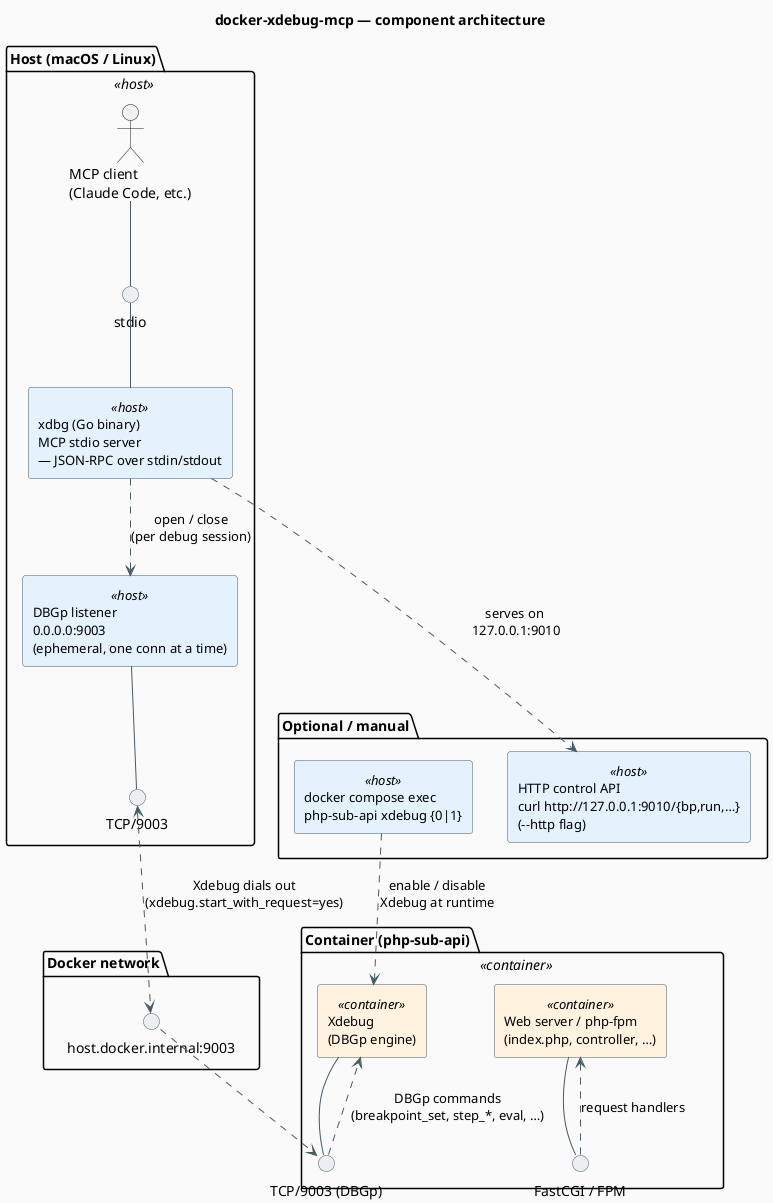
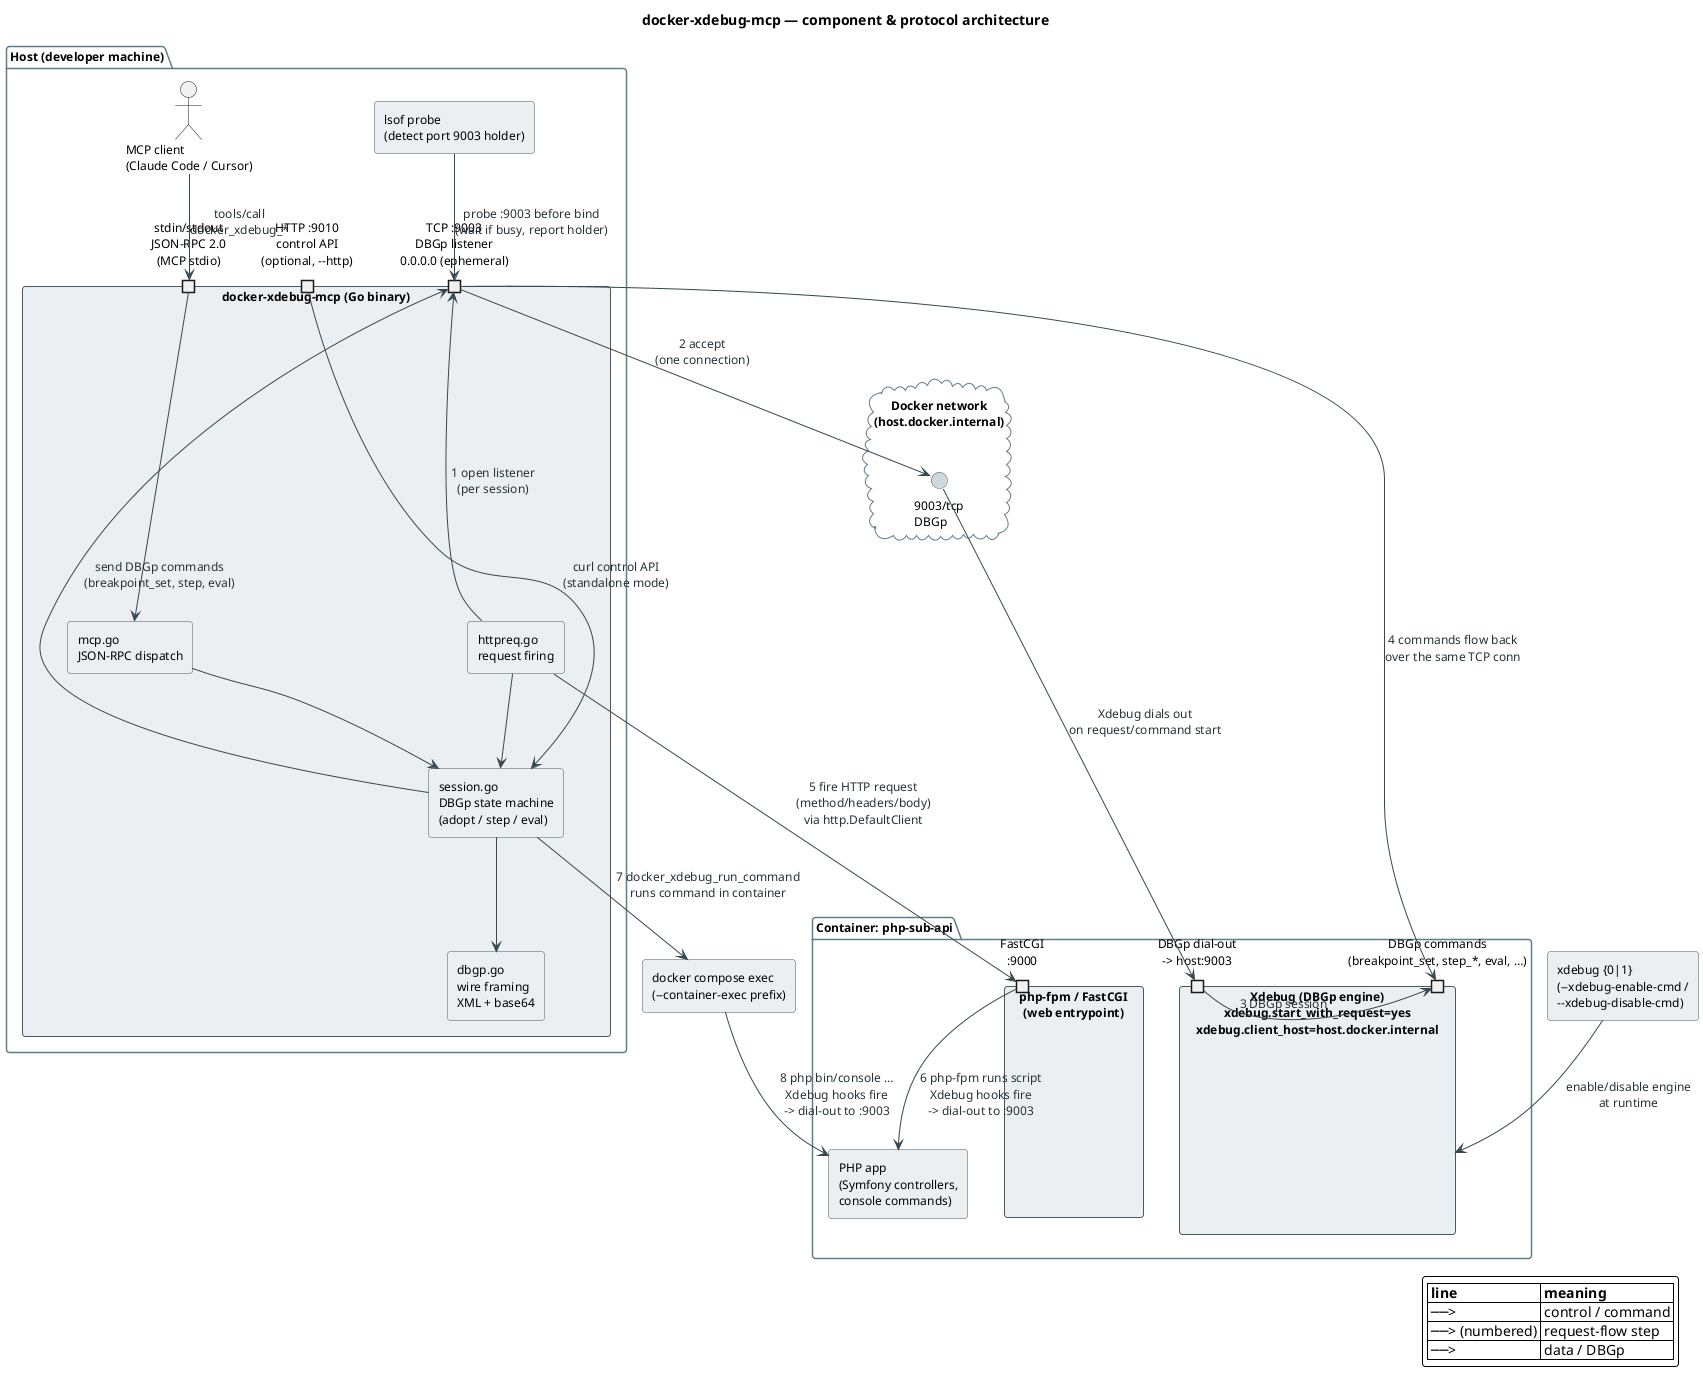
@startuml docker-xdebug-mcp-architecture

- skinparam backgroundColor #FAFAFA
- skinparam componentStyle rectangle
- skinparam component {
-   BackgroundColor<<host>>       #E3F2FD
-   BackgroundColor<<container>>  #FFF3E0
-   BackgroundColor<<mcp>>        #F3E5F5
-   BorderColor                   #455A64
-   FontSize                      13
+ ' ---- technical component diagram with ports, protocols, numbered flow ----
+ 
+ skinparam backgroundColor #FFFFFF
+ skinparam shadowing false
+ skinparam defaultFontName "Helvetica"
+ skinparam defaultFontSize 12
+ skinparam roundCorner 6
+ skinparam ArrowColor #37474F
+ skinparam ArrowFontColor #263238
+ skinparam package {
+   BorderColor #607D8B
+   FontStyle bold
+ }
+ skinparam rectangle {
+   BackgroundColor #ECEFF1
+   BorderColor #455A64
+ }
+ skinparam database {
+   BackgroundColor #ECEFF1
+   BorderColor #455A64
}
skinparam interface {
-   BackgroundColor               #ECEFF1
-   BorderColor                   #455A64
+   BackgroundColor #CFD8DC
+   BorderColor #455A64
}
- skinparam ArrowColor #455A64
- skinparam defaultFontName "Helvetica"
- 
- title docker-xdebug-mcp — component architecture
- 
- ' ===================== HOST =====================
- 
- package "Host (macOS / Linux)" <<host>> {
-   actor "MCP client\n(Claude Code, etc.)" as client
- 
-   component "xdbg (Go binary)\nMCP stdio server\n— JSON-RPC over stdin/stdout" as xdbg <<host>>
- 
-   component "DBGp listener\n0.0.0.0:9003\n(ephemeral, one conn at a time)" as listener <<host>>
- 
-   interface "stdio"   as stdio
-   interface "TCP/9003" as tcp
- 
-   client   -- stdio
-   stdio    -- xdbg
-   xdbg     ..> listener  : open / close\n(per debug session)
-   listener -- tcp
+ skinparam port {
+   BackgroundColor #CFD8DC
+   BorderColor #455A64
}

- ' ===================== NETWORK =====================
+ title docker-xdebug-mcp — component & protocol architecture

- package "Docker network" {
-   interface "host.docker.internal:9003" as dockerTcp
-   tcp <..> dockerTcp : Xdebug dials out\n(xdebug.start_with_request=yes)
+ ' =================== HOST ===================
+ package "Host (developer machine)"  {
+   actor "MCP client\n(Claude Code / Cursor)" as client
+ 
+   rectangle "docker-xdebug-mcp (Go binary)" as xdbg {
+     port "stdin/stdout\nJSON-RPC 2.0\n(MCP stdio)" as io_stdio
+     port "TCP :9003\nDBGp listener\n0.0.0.0 (ephemeral)" as io_listen
+     port "HTTP :9010\ncontrol API\n(optional, --http)" as io_http
+     rectangle "mcp.go\nJSON-RPC dispatch" as m_mcp
+     rectangle "session.go\nDBGp state machine\n(adopt / step / eval)" as m_sess
+     rectangle "httpreq.go\nrequest firing" as m_req
+     rectangle "dbgp.go\nwire framing\nXML + base64" as m_dbgp
+     m_mcp --> m_sess
+     m_req --> m_sess
+     m_sess --> m_dbgp
+   }
+ 
+   rectangle "lsof probe\n(detect port 9003 holder)" as lsof
}

- ' ===================== CONTAINER =====================
- 
- package "Container (php-sub-api)" <<container>> {
-   component "Web server / php-fpm\n(index.php, controller, …)" as php <<container>>
- 
-   component "Xdebug\n(DBGp engine)" as xdebug <<container>>
- 
-   interface "FastCGI / FPM" as fpm
-   interface "TCP/9003 (DBGp)" as xtcp
- 
-   php   -- fpm
-   xdebug -- xtcp
+ ' =================== NETWORK BOUNDARY ===================
+ cloud "Docker network\n(host.docker.internal)" as net {
+   interface "9003/tcp\nDBGp" as p9003
}

- ' ===================== WIRING =====================
- 
- dockerTcp ..> xtcp
- fpm       ..> php     : request handlers
- xtcp      ..> xdebug  : DBGp commands\n(breakpoint_set, step_*, eval, …)
- 
- ' ===================== SIDE PATHS =====================
- 
- package "Optional / manual" {
-   component "HTTP control API\ncurl http://127.0.0.1:9010/{bp,run,…}\n(--http flag)" as http <<host>>
-   component "docker compose exec\nphp-sub-api xdebug {0|1}" as xdbgctl <<host>>
+ ' =================== CONTAINER ===================
+ package "Container: php-sub-api"  {
+   rectangle "php-fpm / FastCGI\n(web entrypoint)" as phpfpm {
+     port "FastCGI\n:9000" as p_fpm
+   }
+   rectangle "Xdebug (DBGp engine)\nxdebug.start_with_request=yes\nxdebug.client_host=host.docker.internal" as xdebug {
+     port "DBGp dial-out\n-> host:9003" as p_dial
+     port "DBGp commands\n(breakpoint_set, step_*, eval, …)" as p_cmd
+   }
+   rectangle "PHP app\n(Symfony controllers,\nconsole commands)" as app
}

- xdbg     ..> http    : serves on \n127.0.0.1:9010
- xdbgctl  ..> xdebug  : enable / disable\nXdebug at runtime
+ ' =================== WIRING: control plane ===================
+ client --> io_stdio : "tools/call\ndocker_xdebug_*"
+ io_stdio --> m_mcp

- @enduml
+ ' =================== WIRING: data plane (HTTP request flow) ===================
+ m_req --> io_listen : "1 open listener\n(per session)"
+ io_listen --> p9003 : "2 accept\n(one connection)"
+ p9003 --> p_dial : "Xdebug dials out\non request/command start"
+ p_dial --> p_cmd : "3 DBGp session"
+ 
+ ' =================== WIRING: command flow into container ===================
+ m_sess --> io_listen : "send DBGp commands\n(breakpoint_set, step, eval)"
+ io_listen --> p_cmd : "4 commands flow back\nover the same TCP conn"
+ 
+ ' =================== WIRING: the actual HTTP request being debugged ===================
+ m_req --> p_fpm : "5 fire HTTP request\n(method/headers/body)\nvia http.DefaultClient"
+ p_fpm --> app : "6 php-fpm runs script\nXdebug hooks fire\n-> dial-out to :9003"
+ 
+ ' =================== WIRING: CLI command flow ===================
+ rectangle "docker compose exec\n(--container-exec prefix)" as exec
+ m_sess --> exec : "7 docker_xdebug_run_command\nruns command in container"
+ exec --> app : "8 php bin/console …\nXdebug hooks fire\n-> dial-out to :9003"
+ 
+ ' =================== WIRING: side channels ===================
+ io_http --> m_sess : "curl control API\n(standalone mode)"
+ lsof --> io_listen : "probe :9003 before bind\n(wait if busy, report holder)"
+ 
+ ' =================== WIRING: container Xdebug on/off ===================
+ rectangle "xdebug {0|1}\n(--xdebug-enable-cmd /\n--xdebug-disable-cmd)" as xonoff
+ xonoff --> xdebug : "enable/disable engine\nat runtime"
+ 
+ ' =================== LEGEND ===================
+ legend right
+   |= line |= meaning |
+   | ──> | control / command |
+   | ──> (numbered) | request-flow step |
+   | ──> | data / DBGp |
+ endlegend
+ 
+ @enduml